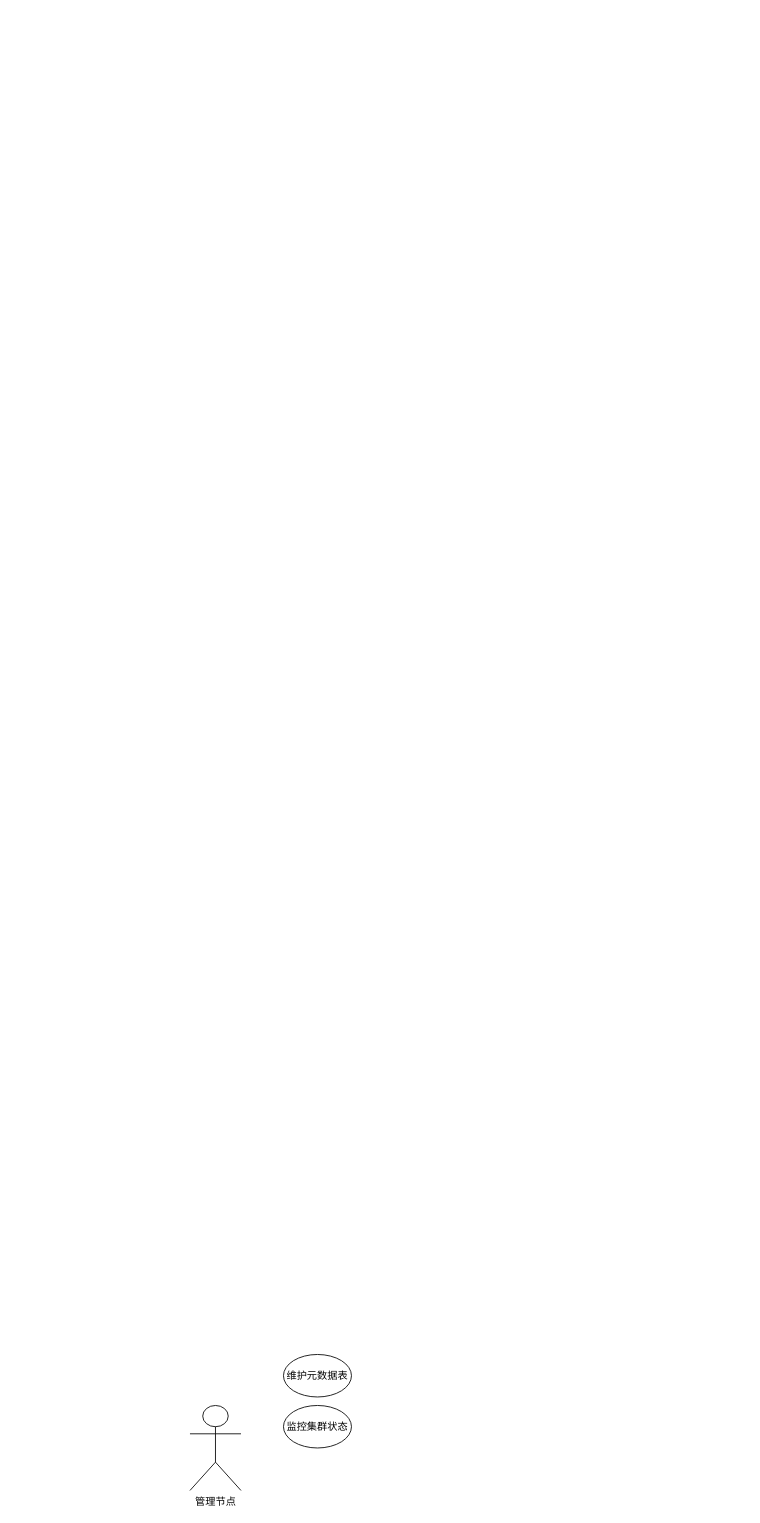
Above: 未命名绘图.drawio in 182023229/image (draw.io), before the change. Source tidied: cells renumbered, new cells numbered last; positions are measured from the earlier drawing's top-left corner, leaving out a move shared by most shapes. Both pictures are drawn from the tidied source at 85%, with x=0, y=0 at pixel (190, 1354).
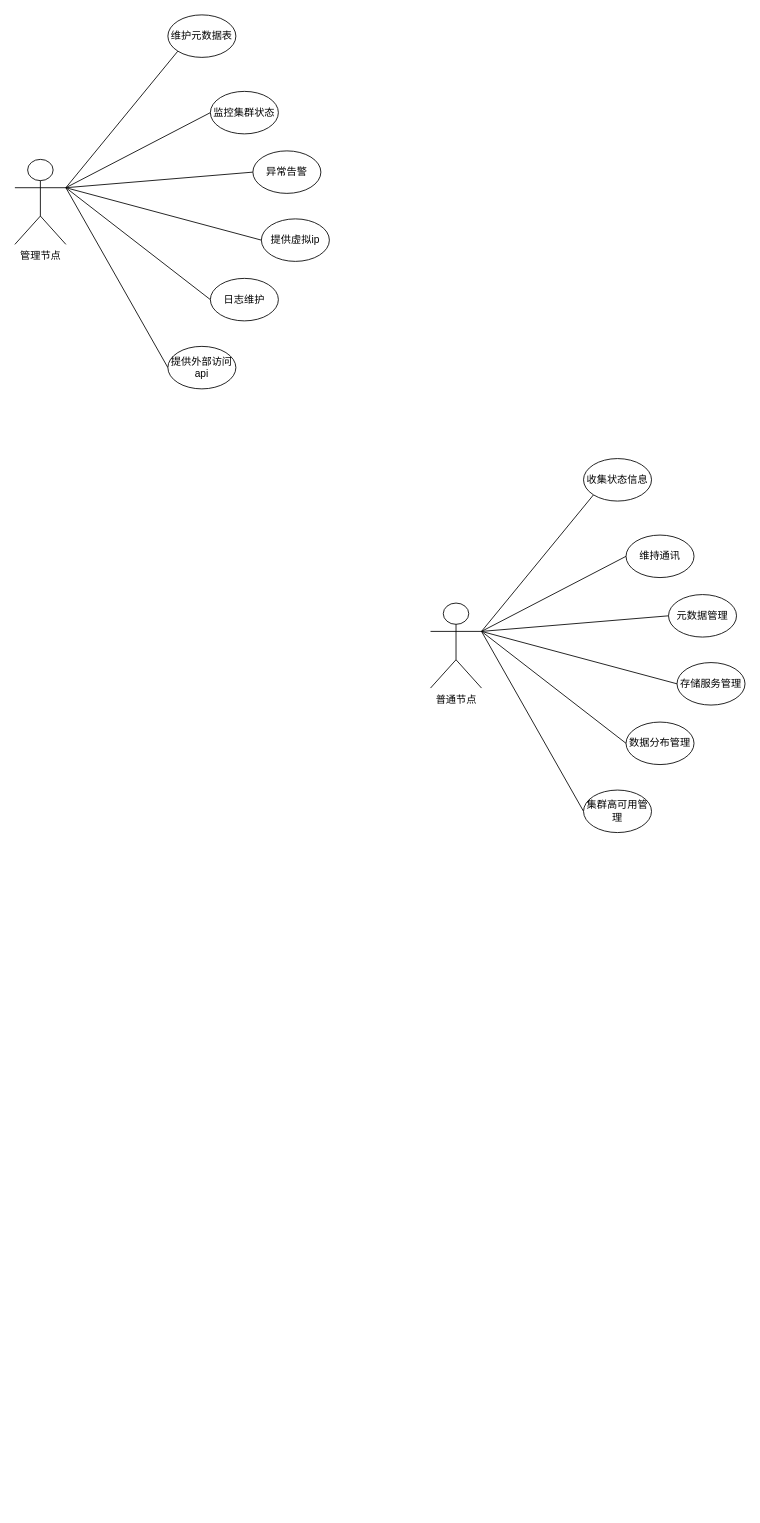
The same diagram, later.

Commit message (it also covers changes not shown here):
更新未命名绘图.drawio

What changed in the source:
```diff
@@
+    <mxCell id="5" style="group;" parent="1" vertex="1">
+      <mxGeometry x="283" y="-1054" width="370" height="440" as="geometry" />
+    </mxCell>
+    <mxCell id="6" value="普通节点" style="shape=umlActor;verticalLabelPosition=bottom;verticalAlign=top;html=1;" parent="5" vertex="1">
+      <mxGeometry y="170" width="60" height="100" as="geometry" />
+    </mxCell>
+    <mxCell id="7" style="rounded=1;jettySize=auto;html=1;exitX=0;exitY=1;exitDx=0;exitDy=0;entryX=1;entryY=0.3333333333333333;entryDx=0;entryDy=0;entryPerimeter=0;endArrow=none;endFill=0;" parent="5" edge="1" source="8" target="6">
+      <mxGeometry relative="1" as="geometry" />
+    </mxCell>
+    <mxCell id="8" value="&lt;div class=&quot;lake-content&quot;&gt;&lt;div class=&quot;lake-content&quot;&gt;&lt;span class=&quot;ne-text&quot;&gt;收集状态信息&lt;/span&gt;&lt;/div&gt;&lt;/div&gt;" style="ellipse;whiteSpace=wrap;html=1;" parent="5" vertex="1">
+      <mxGeometry x="180" width="80" height="50" as="geometry" />
+    </mxCell>
+    <mxCell id="9" style="edgeStyle=none;rounded=1;jettySize=auto;html=1;exitX=0;exitY=0.5;exitDx=0;exitDy=0;entryX=1;entryY=0.3333333333333333;entryDx=0;entryDy=0;entryPerimeter=0;endArrow=none;endFill=0;" parent="5" edge="1" source="10" target="6">
+      <mxGeometry relative="1" as="geometry" />
+    </mxCell>
+    <mxCell id="10" value="&lt;div class=&quot;lake-content&quot;&gt;&lt;div class=&quot;lake-content&quot;&gt;&lt;div class=&quot;lake-content&quot;&gt;&lt;span class=&quot;ne-text&quot;&gt;维持通讯&lt;/span&gt;&lt;/div&gt;&lt;/div&gt;&lt;/div&gt;" style="ellipse;whiteSpace=wrap;html=1;" parent="5" vertex="1">
+      <mxGeometry x="230" y="90" width="80" height="50" as="geometry" />
+    </mxCell>
+    <mxCell id="11" style="edgeStyle=none;rounded=1;jettySize=auto;html=1;exitX=0;exitY=0.5;exitDx=0;exitDy=0;entryX=1;entryY=0.3333333333333333;entryDx=0;entryDy=0;entryPerimeter=0;endArrow=none;endFill=0;" parent="5" edge="1" source="12" target="6">
+      <mxGeometry relative="1" as="geometry" />
+    </mxCell>
+    <mxCell id="12" value="&lt;div class=&quot;lake-content&quot;&gt;&lt;div class=&quot;lake-content&quot;&gt;&lt;div class=&quot;lake-content&quot;&gt;&lt;div class=&quot;lake-content&quot;&gt;&lt;span class=&quot;ne-text&quot;&gt;元数据管理&lt;/span&gt;&lt;/div&gt;&lt;/div&gt;&lt;/div&gt;&lt;/div&gt;" style="ellipse;whiteSpace=wrap;html=1;" parent="5" vertex="1">
+      <mxGeometry x="280" y="160" width="80" height="50" as="geometry" />
+    </mxCell>
+    <mxCell id="13" style="edgeStyle=none;rounded=1;jettySize=auto;html=1;exitX=0;exitY=0.5;exitDx=0;exitDy=0;endArrow=none;endFill=0;entryX=1;entryY=0.3333333333333333;entryDx=0;entryDy=0;entryPerimeter=0;" parent="5" edge="1" source="14" target="6">
+      <mxGeometry relative="1" as="geometry" />
+    </mxCell>
+    <mxCell id="14" value="&lt;div class=&quot;lake-content&quot;&gt;&lt;div class=&quot;lake-content&quot;&gt;&lt;div class=&quot;lake-content&quot;&gt;&lt;div class=&quot;lake-content&quot;&gt;&lt;div class=&quot;lake-content&quot;&gt;&lt;span class=&quot;ne-text&quot;&gt;存储服务管理&lt;/span&gt;&lt;/div&gt;&lt;/div&gt;&lt;/div&gt;&lt;/div&gt;&lt;/div&gt;" style="ellipse;whiteSpace=wrap;html=1;" parent="5" vertex="1">
+      <mxGeometry x="290" y="240" width="80" height="50" as="geometry" />
+    </mxCell>
+    <mxCell id="15" style="edgeStyle=none;rounded=1;jettySize=auto;html=1;exitX=0;exitY=0.5;exitDx=0;exitDy=0;endArrow=none;endFill=0;entryX=1;entryY=0.3333333333333333;entryDx=0;entryDy=0;entryPerimeter=0;" parent="5" edge="1" source="16" target="6">
+      <mxGeometry relative="1" as="geometry" />
+    </mxCell>
+    <mxCell id="16" value="&lt;div class=&quot;lake-content&quot;&gt;&lt;div class=&quot;lake-content&quot;&gt;&lt;div class=&quot;lake-content&quot;&gt;&lt;div class=&quot;lake-content&quot;&gt;&lt;div class=&quot;lake-content&quot;&gt;&lt;div class=&quot;lake-content&quot;&gt;&lt;span class=&quot;ne-text&quot;&gt;数据分布管理&lt;/span&gt;&lt;/div&gt;&lt;/div&gt;&lt;/div&gt;&lt;/div&gt;&lt;/div&gt;&lt;/div&gt;" style="ellipse;whiteSpace=wrap;html=1;" parent="5" vertex="1">
+      <mxGeometry x="230" y="310" width="80" height="50" as="geometry" />
+    </mxCell>
+    <mxCell id="17" style="edgeStyle=none;rounded=1;jettySize=auto;html=1;exitX=0;exitY=0.5;exitDx=0;exitDy=0;entryX=1;entryY=0.3333333333333333;entryDx=0;entryDy=0;entryPerimeter=0;endArrow=none;endFill=0;" parent="5" edge="1" source="18" target="6">
+      <mxGeometry relative="1" as="geometry" />
+    </mxCell>
+    <mxCell id="18" value="&lt;div class=&quot;lake-content&quot;&gt;&lt;div class=&quot;lake-content&quot;&gt;&lt;div class=&quot;lake-content&quot;&gt;&lt;div class=&quot;lake-content&quot;&gt;&lt;div class=&quot;lake-content&quot;&gt;&lt;div class=&quot;lake-content&quot;&gt;&lt;div class=&quot;lake-content&quot;&gt;&lt;span class=&quot;ne-text&quot;&gt;集群高可用管理&lt;/span&gt;&lt;/div&gt;&lt;/div&gt;&lt;/div&gt;&lt;/div&gt;&lt;/div&gt;&lt;/div&gt;&lt;/div&gt;" style="ellipse;whiteSpace=wrap;html=1;" parent="5" vertex="1">
+      <mxGeometry x="180" y="390" width="80" height="50" as="geometry" />
+    </mxCell>
+    <mxCell id="19" style="group;" parent="5" vertex="1">
+      <mxGeometry x="-489" y="-522" width="370" height="440" as="geometry" />
+    </mxCell>
-    <mxCell id="2" value="管理节点" style="shape=umlActor;verticalLabelPosition=bottom;verticalAlign=top;html=1;" parent="1" vertex="1">
-      <mxGeometry y="60" width="60" height="100" as="geometry" />
+    <mxCell id="2" value="管理节点" style="shape=umlActor;verticalLabelPosition=bottom;verticalAlign=top;html=1;" parent="19" vertex="1">
+      <mxGeometry y="170" width="60" height="100" as="geometry" />
     </mxCell>
+    <mxCell id="20" style="rounded=1;jettySize=auto;html=1;exitX=0;exitY=1;exitDx=0;exitDy=0;entryX=1;entryY=0.3333333333333333;entryDx=0;entryDy=0;entryPerimeter=0;endArrow=none;endFill=0;" parent="19" edge="1" source="3" target="2">
+      <mxGeometry relative="1" as="geometry" />
+    </mxCell>
-    <mxCell id="3" value="&lt;div class=&quot;lake-content&quot;&gt;&lt;span class=&quot;ne-text&quot;&gt;维护元数据表&lt;/span&gt;&lt;/div&gt;" style="ellipse;whiteSpace=wrap;html=1;" parent="1" vertex="1">
-      <mxGeometry x="110" width="80" height="50" as="geometry" />
+    <mxCell id="3" value="&lt;div class=&quot;lake-content&quot;&gt;&lt;span class=&quot;ne-text&quot;&gt;维护元数据表&lt;/span&gt;&lt;/div&gt;" style="ellipse;whiteSpace=wrap;html=1;" parent="19" vertex="1">
+      <mxGeometry x="180" width="80" height="50" as="geometry" />
     </mxCell>
+    <mxCell id="21" style="edgeStyle=none;rounded=1;jettySize=auto;html=1;exitX=0;exitY=0.5;exitDx=0;exitDy=0;entryX=1;entryY=0.3333333333333333;entryDx=0;entryDy=0;entryPerimeter=0;endArrow=none;endFill=0;" parent="19" edge="1" source="4" target="2">
+      <mxGeometry relative="1" as="geometry" />
+    </mxCell>
-    <mxCell id="4" value="&lt;div class=&quot;lake-content&quot;&gt;&lt;div class=&quot;lake-content&quot;&gt;&lt;span class=&quot;ne-text&quot;&gt;监控集群状态&lt;/span&gt;&lt;/div&gt;&lt;/div&gt;" style="ellipse;whiteSpace=wrap;html=1;" parent="1" vertex="1">
-      <mxGeometry x="110" y="60" width="80" height="50" as="geometry" />
+    <mxCell id="4" value="&lt;div class=&quot;lake-content&quot;&gt;&lt;div class=&quot;lake-content&quot;&gt;&lt;span class=&quot;ne-text&quot;&gt;监控集群状态&lt;/span&gt;&lt;/div&gt;&lt;/div&gt;" style="ellipse;whiteSpace=wrap;html=1;" parent="19" vertex="1">
+      <mxGeometry x="230" y="90" width="80" height="50" as="geometry" />
     </mxCell>
+    <mxCell id="22" style="edgeStyle=none;rounded=1;jettySize=auto;html=1;exitX=0;exitY=0.5;exitDx=0;exitDy=0;entryX=1;entryY=0.3333333333333333;entryDx=0;entryDy=0;entryPerimeter=0;endArrow=none;endFill=0;" parent="19" edge="1" source="23" target="2">
+      <mxGeometry relative="1" as="geometry" />
+    </mxCell>
+    <mxCell id="23" value="&lt;div class=&quot;lake-content&quot;&gt;&lt;div class=&quot;lake-content&quot;&gt;&lt;div class=&quot;lake-content&quot;&gt;&lt;span class=&quot;ne-text&quot;&gt;异常告警&lt;/span&gt;&lt;/div&gt;&lt;/div&gt;&lt;/div&gt;" style="ellipse;whiteSpace=wrap;html=1;" parent="19" vertex="1">
+      <mxGeometry x="280" y="160" width="80" height="50" as="geometry" />
+    </mxCell>
+    <mxCell id="24" style="edgeStyle=none;rounded=1;jettySize=auto;html=1;exitX=0;exitY=0.5;exitDx=0;exitDy=0;endArrow=none;endFill=0;entryX=1;entryY=0.3333333333333333;entryDx=0;entryDy=0;entryPerimeter=0;" parent="19" edge="1" source="25" target="2">
+      <mxGeometry relative="1" as="geometry" />
+    </mxCell>
+    <mxCell id="25" value="&lt;div class=&quot;lake-content&quot;&gt;&lt;div class=&quot;lake-content&quot;&gt;&lt;div class=&quot;lake-content&quot;&gt;&lt;div class=&quot;lake-content&quot;&gt;&lt;span class=&quot;ne-text&quot;&gt;提供虚拟ip&lt;/span&gt;&lt;/div&gt;&lt;/div&gt;&lt;/div&gt;&lt;/div&gt;" style="ellipse;whiteSpace=wrap;html=1;" parent="19" vertex="1">
+      <mxGeometry x="290" y="240" width="80" height="50" as="geometry" />
+    </mxCell>
+    <mxCell id="26" style="edgeStyle=none;rounded=1;jettySize=auto;html=1;exitX=0;exitY=0.5;exitDx=0;exitDy=0;endArrow=none;endFill=0;entryX=1;entryY=0.3333333333333333;entryDx=0;entryDy=0;entryPerimeter=0;" parent="19" edge="1" source="27" target="2">
+      <mxGeometry relative="1" as="geometry" />
+    </mxCell>
+    <mxCell id="27" value="&lt;div class=&quot;lake-content&quot;&gt;&lt;div class=&quot;lake-content&quot;&gt;&lt;div class=&quot;lake-content&quot;&gt;&lt;div class=&quot;lake-content&quot;&gt;&lt;div class=&quot;lake-content&quot;&gt;&lt;span class=&quot;ne-text&quot;&gt;日志维护&lt;/span&gt;&lt;/div&gt;&lt;/div&gt;&lt;/div&gt;&lt;/div&gt;&lt;/div&gt;" style="ellipse;whiteSpace=wrap;html=1;" parent="19" vertex="1">
+      <mxGeometry x="230" y="310" width="80" height="50" as="geometry" />
+    </mxCell>
+    <mxCell id="28" style="edgeStyle=none;rounded=1;jettySize=auto;html=1;exitX=0;exitY=0.5;exitDx=0;exitDy=0;entryX=1;entryY=0.3333333333333333;entryDx=0;entryDy=0;entryPerimeter=0;endArrow=none;endFill=0;" parent="19" edge="1" source="29" target="2">
+      <mxGeometry relative="1" as="geometry" />
+    </mxCell>
+    <mxCell id="29" value="&lt;div class=&quot;lake-content&quot;&gt;&lt;div class=&quot;lake-content&quot;&gt;&lt;div class=&quot;lake-content&quot;&gt;&lt;div class=&quot;lake-content&quot;&gt;&lt;div class=&quot;lake-content&quot;&gt;&lt;div class=&quot;lake-content&quot;&gt;&lt;span class=&quot;ne-text&quot;&gt;提供外部访问api&lt;/span&gt;&lt;/div&gt;&lt;/div&gt;&lt;/div&gt;&lt;/div&gt;&lt;/div&gt;&lt;/div&gt;" style="ellipse;whiteSpace=wrap;html=1;" parent="19" vertex="1">
+      <mxGeometry x="180" y="390" width="80" height="50" as="geometry" />
+    </mxCell>
```
